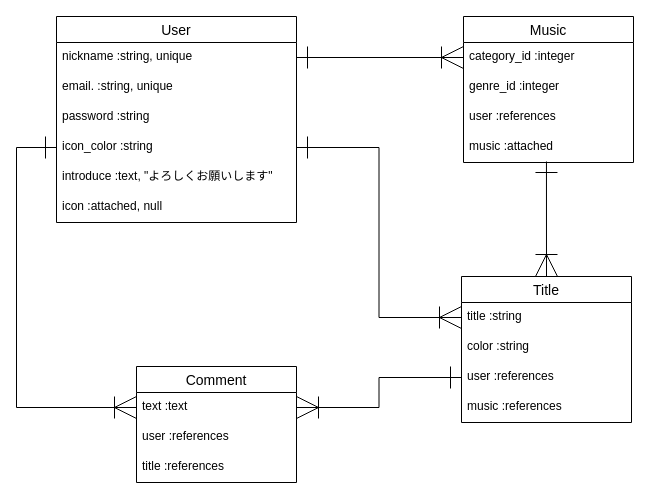
The draw.io diagram table_ER.dio in Nalicyclica/astresonance-server, before the edit. Source tidied: cells renumbered, new cells numbered last; positions are measured from the earlier drawing's top-left corner, leaving out a move shared by most shapes. Both pictures are drawn from the tidied source at 100%, with x=0, y=0 at pixel (16, 16).
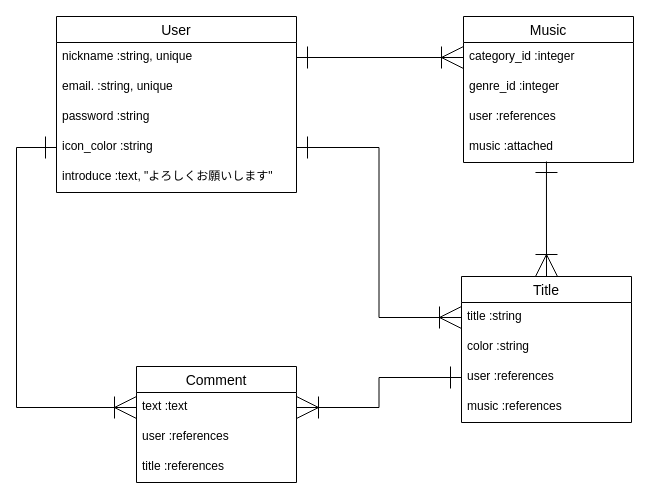
Above is the later version.

The edit, as a diff of the source:
```diff
@@
     <mxCell id="2" value="User" style="swimlane;fontStyle=0;horizontal=1;startSize=26;align=center;fontSize=14;" parent="1" vertex="1">
-      <mxGeometry x="40" width="240" height="206" as="geometry" />
+      <mxGeometry x="40" width="240" height="176" as="geometry" />
     </mxCell>
@@
-    <mxCell id="8" value="icon :attached, null" style="text;strokeColor=none;fillColor=none;spacingLeft=4;spacingRight=4;overflow=hidden;fontSize=12;" parent="2" vertex="1">
-      <mxGeometry y="176" width="240" height="30" as="geometry" />
-    </mxCell>
```
